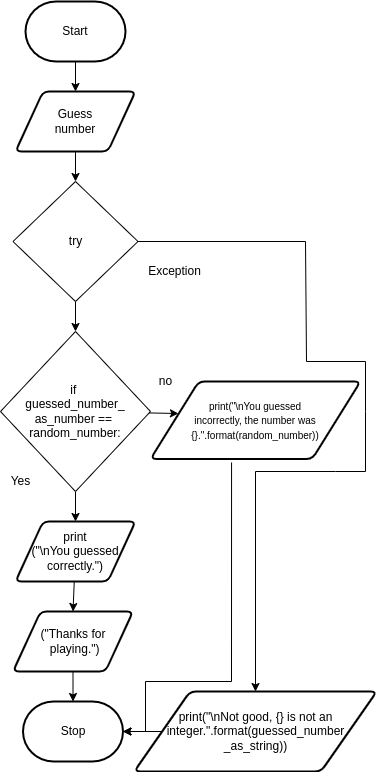
Emmanuel-Fofeyin/ICS3U-Unit3-06-Python keeps this draw.io diagram as design/flowchart.png. Above is the earlier version. Source tidied: cells renumbered, new cells last; positions are measured from the earlier drawing's top-left corner, leaving out a move shared by most shapes.
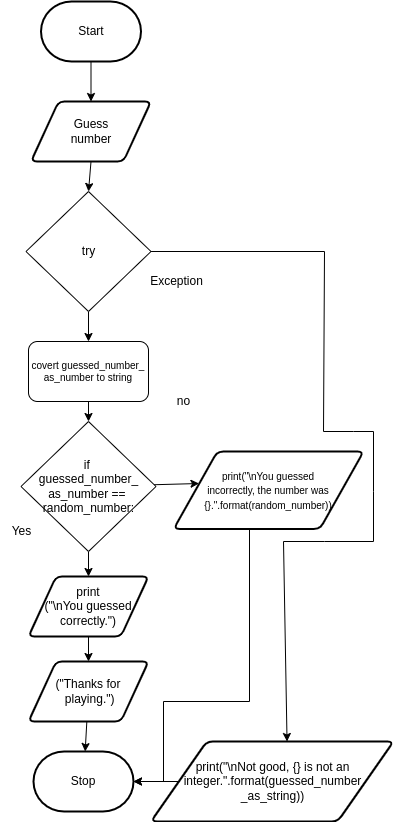
After the change.

Commit message:
changes have bin made to the flowchart

What changed in the source:
```diff
@@ -6,53 +6,54 @@
       <mxGeometry relative="1" as="geometry" />
     </mxCell>
     <mxCell id="3" value="Start" style="strokeWidth=2;html=1;shape=mxgraph.flowchart.terminator;whiteSpace=wrap;" parent="1" vertex="1">
-      <mxGeometry x="25" width="100" height="60" as="geometry" />
+      <mxGeometry x="22.5" y="-20" width="100" height="60" as="geometry" />
     </mxCell>
     <mxCell id="4" style="edgeStyle=none;html=1;exitX=0.5;exitY=1;exitDx=0;exitDy=0;entryX=0.5;entryY=0;entryDx=0;entryDy=0;" parent="1" edge="1" source="8" target="10">
       <mxGeometry relative="1" as="geometry" />
     </mxCell>
-    <mxCell id="5" style="edgeStyle=none;html=1;exitX=0.5;exitY=1;exitDx=0;exitDy=0;entryX=0.5;entryY=0;entryDx=0;entryDy=0;" parent="1" edge="1" source="10" target="18">
+    <mxCell id="5" style="edgeStyle=none;html=1;exitX=0.5;exitY=1;exitDx=0;exitDy=0;entryX=0.5;entryY=0;entryDx=0;entryDy=0;" parent="1" edge="1" source="10" target="25">
       <mxGeometry relative="1" as="geometry" />
     </mxCell>
     <mxCell id="6" style="edgeStyle=none;html=1;entryX=0.5;entryY=0;entryDx=0;entryDy=0;" parent="1" edge="1" source="7" target="23">
       <mxGeometry relative="1" as="geometry" />
     </mxCell>
     <mxCell id="7" value="print&lt;br&gt;(&quot;\nYou guessed correctly.&quot;)" style="shape=parallelogram;html=1;strokeWidth=2;perimeter=parallelogramPerimeter;whiteSpace=wrap;rounded=1;arcSize=12;size=0.23;" parent="1" vertex="1">
-      <mxGeometry x="15" y="520" width="120" height="60" as="geometry" />
+      <mxGeometry x="10" y="555" width="120" height="60" as="geometry" />
     </mxCell>
     <mxCell id="8" value="Guess&lt;br&gt;number" style="shape=parallelogram;html=1;strokeWidth=2;perimeter=parallelogramPerimeter;whiteSpace=wrap;rounded=1;arcSize=12;size=0.23;" parent="1" vertex="1">
-      <mxGeometry x="15" y="90" width="120" height="60" as="geometry" />
+      <mxGeometry x="12.5" y="80" width="120" height="60" as="geometry" />
     </mxCell>
-    <mxCell id="9" style="edgeStyle=none;html=1;rounded=0;entryX=0.5;entryY=0;entryDx=0;entryDy=0;" parent="1" edge="1" source="10" target="15">
+    <mxCell id="9" style="edgeStyle=none;html=1;rounded=0;entryX=0.561;entryY=0;entryDx=0;entryDy=0;entryPerimeter=0;" parent="1" edge="1" source="10" target="15">
       <mxGeometry relative="1" as="geometry">
         <Array as="points">
-          <mxPoint x="305" y="240" />
-          <mxPoint x="306" y="360" />
-          <mxPoint x="365" y="360" />
-          <mxPoint x="365" y="410" />
-          <mxPoint x="365" y="470" />
-          <mxPoint x="335" y="470" />
-          <mxPoint x="255" y="470" />
+          <mxPoint x="306" y="230" />
+          <mxPoint x="305" y="410" />
+          <mxPoint x="335" y="410" />
+          <mxPoint x="355" y="410" />
+          <mxPoint x="355" y="470" />
+          <mxPoint x="355" y="520" />
+          <mxPoint x="306" y="520" />
+          <mxPoint x="265" y="520" />
         </Array>
       </mxGeometry>
     </mxCell>
     <mxCell id="10" value="try" style="rhombus;whiteSpace=wrap;html=1;" parent="1" vertex="1">
-      <mxGeometry x="12.5" y="180" width="125" height="120" as="geometry" />
+      <mxGeometry x="7.5" y="170" width="125" height="120" as="geometry" />
     </mxCell>
     <mxCell id="11" value="Yes" style="text;html=1;align=center;verticalAlign=middle;strokeColor=none;fillColor=none;" parent="1" vertex="1">
-      <mxGeometry y="470" width="40" height="20" as="geometry" />
+      <mxGeometry x="-17.5" y="500" width="40" height="20" as="geometry" />
     </mxCell>
     <mxCell id="12" value="Exception" style="text;html=1;align=center;verticalAlign=middle;strokeColor=none;fillColor=none;" parent="1" vertex="1">
-      <mxGeometry x="139" y="260" width="70" height="20" as="geometry" />
+      <mxGeometry x="122.5" y="250" width="70" height="20" as="geometry" />
     </mxCell>
     <mxCell id="13" value="Stop" style="strokeWidth=2;html=1;shape=mxgraph.flowchart.terminator;whiteSpace=wrap;" parent="1" vertex="1">
-      <mxGeometry x="22.5" y="700" width="100" height="60" as="geometry" />
+      <mxGeometry x="15" y="730" width="100" height="60" as="geometry" />
     </mxCell>
     <mxCell id="14" style="edgeStyle=none;rounded=0;html=1;entryX=1;entryY=0.5;entryDx=0;entryDy=0;entryPerimeter=0;" parent="1" edge="1" source="15" target="13">
       <mxGeometry relative="1" as="geometry" />
     </mxCell>
     <mxCell id="15" value="print(&quot;\nNot good, {} is not an integer.&quot;.format(guessed_number&lt;br&gt;_as_string))" style="shape=parallelogram;html=1;strokeWidth=2;perimeter=parallelogramPerimeter;whiteSpace=wrap;rounded=1;arcSize=12;size=0.23;" parent="1" vertex="1">
-      <mxGeometry x="133.8" y="690" width="242.5" height="80" as="geometry" />
+      <mxGeometry x="132.5" y="720" width="242.5" height="80" as="geometry" />
     </mxCell>
     <mxCell id="16" style="edgeStyle=none;html=1;entryX=0.5;entryY=0;entryDx=0;entryDy=0;" parent="1" edge="1" source="18" target="7">
       <mxGeometry relative="1" as="geometry" />
@@ -60,29 +61,36 @@
     <mxCell id="17" style="edgeStyle=none;rounded=0;html=1;entryX=0.133;entryY=0.413;entryDx=0;entryDy=0;entryPerimeter=0;" parent="1" edge="1" source="18" target="21">
       <mxGeometry relative="1" as="geometry" />
     </mxCell>
+    <mxCell id="24" style="edgeStyle=none;rounded=0;html=1;entryX=0.5;entryY=0;entryDx=0;entryDy=0;fontSize=10;exitX=0.5;exitY=1;exitDx=0;exitDy=0;" parent="1" edge="1" source="25" target="18">
+      <mxGeometry relative="1" as="geometry" />
+    </mxCell>
     <mxCell id="18" value="if &lt;br&gt;guessed_number_&lt;br&gt;as_number == &lt;br&gt;random_number:" style="rhombus;whiteSpace=wrap;html=1;" parent="1" vertex="1">
-      <mxGeometry y="330" width="150" height="160" as="geometry" />
+      <mxGeometry x="2.5" y="400" width="135" height="130" as="geometry" />
     </mxCell>
     <mxCell id="19" value="no" style="text;html=1;align=center;verticalAlign=middle;strokeColor=none;fillColor=none;" parent="1" vertex="1">
       <mxGeometry x="150" y="370" width="30" height="20" as="geometry" />
     </mxCell>
-    <mxCell id="20" style="edgeStyle=none;rounded=0;html=1;fontSize=10;exitX=0.386;exitY=1.045;exitDx=0;exitDy=0;exitPerimeter=0;entryX=1;entryY=0.5;entryDx=0;entryDy=0;entryPerimeter=0;" parent="1" edge="1" source="21" target="13">
+    <mxCell id="20" style="edgeStyle=none;rounded=0;html=1;fontSize=10;entryX=1;entryY=0.5;entryDx=0;entryDy=0;entryPerimeter=0;" parent="1" edge="1" target="13">
       <mxGeometry relative="1" as="geometry">
+        <mxPoint x="231" y="500" as="sourcePoint" />
         <Array as="points">
           <mxPoint x="231" y="680" />
           <mxPoint x="145" y="680" />
-          <mxPoint x="145" y="730" />
+          <mxPoint x="145" y="760" />
         </Array>
       </mxGeometry>
     </mxCell>
     <mxCell id="21" value="&lt;font style=&quot;font-size: 10px&quot;&gt;&amp;nbsp;print(&quot;\nYou guessed &lt;br&gt;incorrectly, the number was {}.&quot;.format(random_number))&lt;/font&gt;" style="shape=parallelogram;html=1;strokeWidth=2;perimeter=parallelogramPerimeter;whiteSpace=wrap;rounded=1;arcSize=12;size=0.23;" parent="1" vertex="1">
-      <mxGeometry x="150" y="380" width="210" height="77.5" as="geometry" />
+      <mxGeometry x="155.2" y="430" width="189.8" height="77.5" as="geometry" />
     </mxCell>
     <mxCell id="22" style="edgeStyle=none;rounded=0;html=1;fontSize=10;" parent="1" edge="1" source="23" target="13">
       <mxGeometry relative="1" as="geometry" />
     </mxCell>
     <mxCell id="23" value="(&quot;Thanks for&lt;br&gt;&amp;nbsp;playing.&quot;)" style="shape=parallelogram;html=1;strokeWidth=2;perimeter=parallelogramPerimeter;whiteSpace=wrap;rounded=1;arcSize=12;size=0.23;" parent="1" vertex="1">
-      <mxGeometry x="12.5" y="610" width="120" height="60" as="geometry" />
+      <mxGeometry x="10" y="640" width="120" height="60" as="geometry" />
     </mxCell>
+    <mxCell id="25" value="covert&amp;nbsp;guessed_number_&lt;br&gt;as_number to string" style="rounded=1;whiteSpace=wrap;html=1;fontSize=10;" parent="1" vertex="1">
+      <mxGeometry x="10" y="320" width="120" height="60" as="geometry" />
+    </mxCell>
   </root>
 </mxGraphModel>
```
